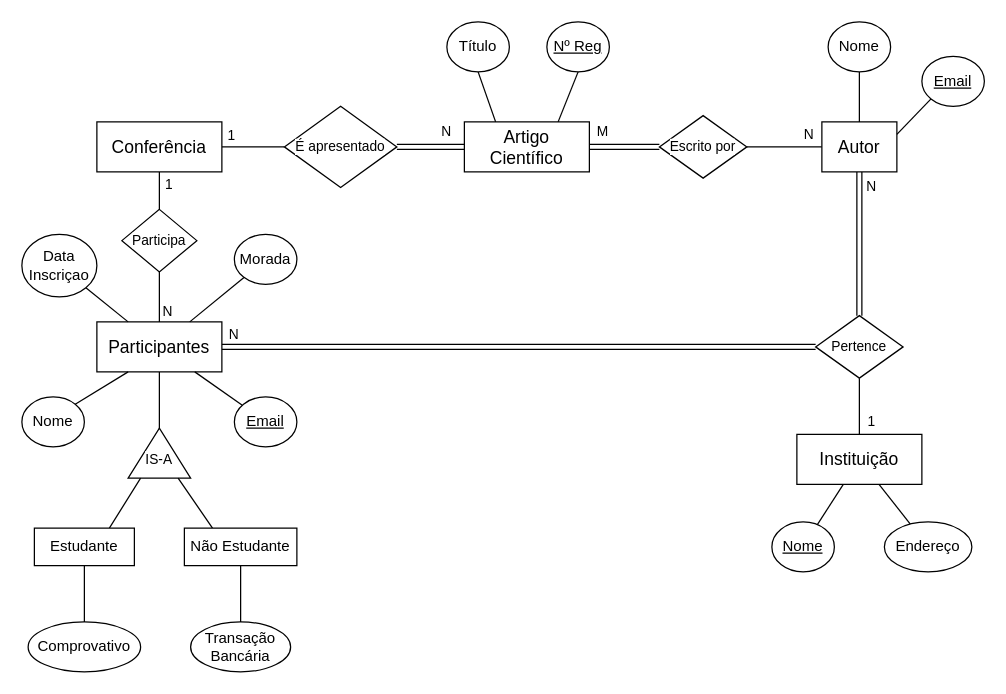
tiagompita/University keeps this draw.io diagram as 3 ano/2 Semestre/BD/Pratica/Aula 2/ex_2_3.drawio. Above is the earlier version. Source tidied: cells renumbered, new cells numbered last; positions are measured from the earlier drawing's top-left corner, leaving out a move shared by most shapes. Both pictures are drawn from the tidied source at 125%, with x=0, y=0 at pixel (21, 21).
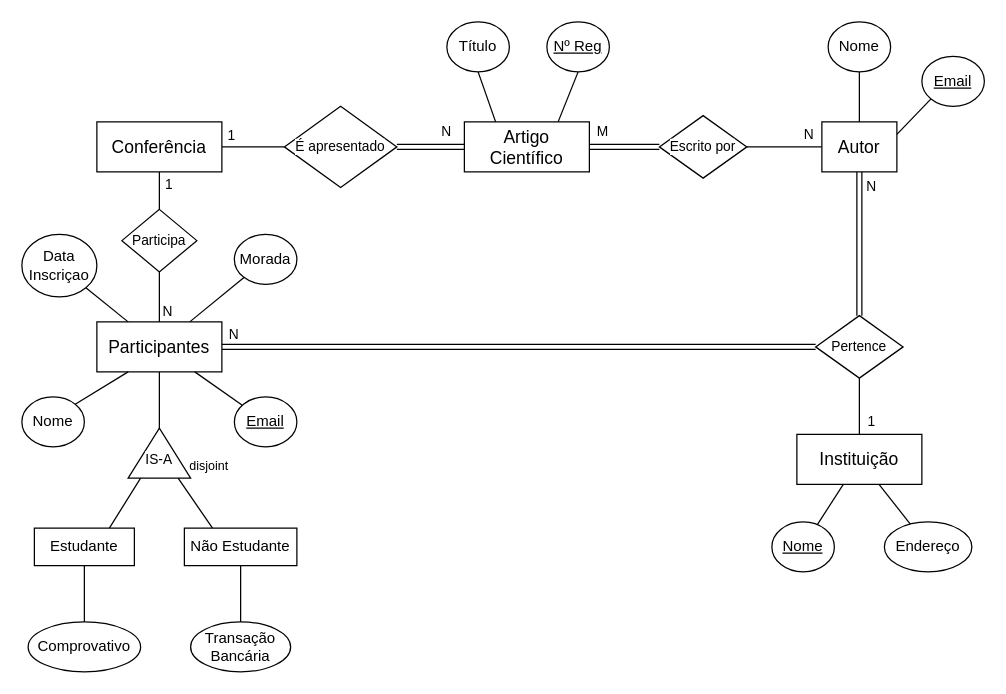
The same page after the edit.

What changed in the source:
```diff
@@
+    <mxCell id="60" value="&lt;font style=&quot;font-size: 10px;&quot;&gt;disjoint&lt;/font&gt;" style="text;html=1;whiteSpace=wrap;strokeColor=none;fillColor=none;align=center;verticalAlign=middle;rounded=0;" parent="1" vertex="1">
+      <mxGeometry x="120" y="340" width="60" height="30" as="geometry" />
+    </mxCell>
```
